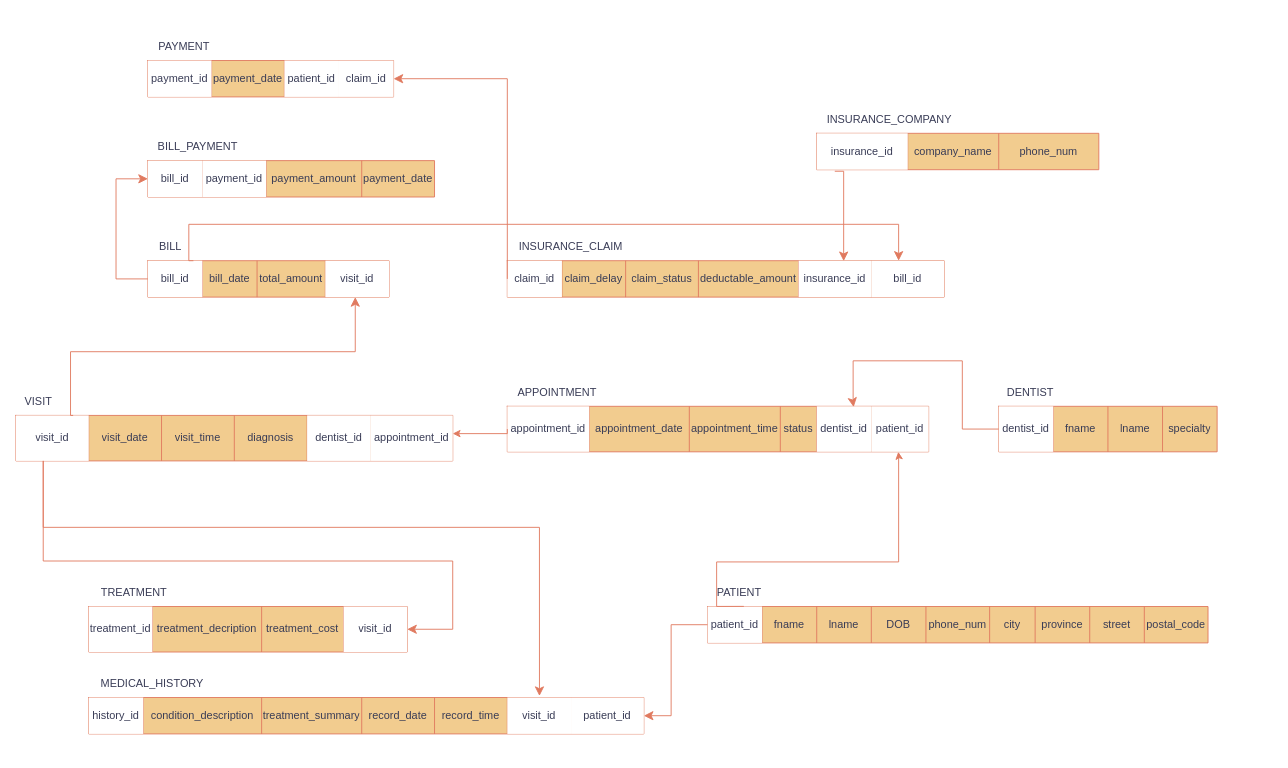
The draw.io diagram page "Logical Schema" (3 of 3) of DB - Final Project - ERD, Revised ERD, Logica Schema.drawio in 23Parzival/DB-Final-Project, before the edit. Source tidied: cells renumbered, new cells numbered last; positions are measured from the earlier drawing's top-left corner, leaving out a move shared by most shapes. Both pictures are drawn from the tidied source at 91%, with x=0, y=0 at pixel (15, 33).
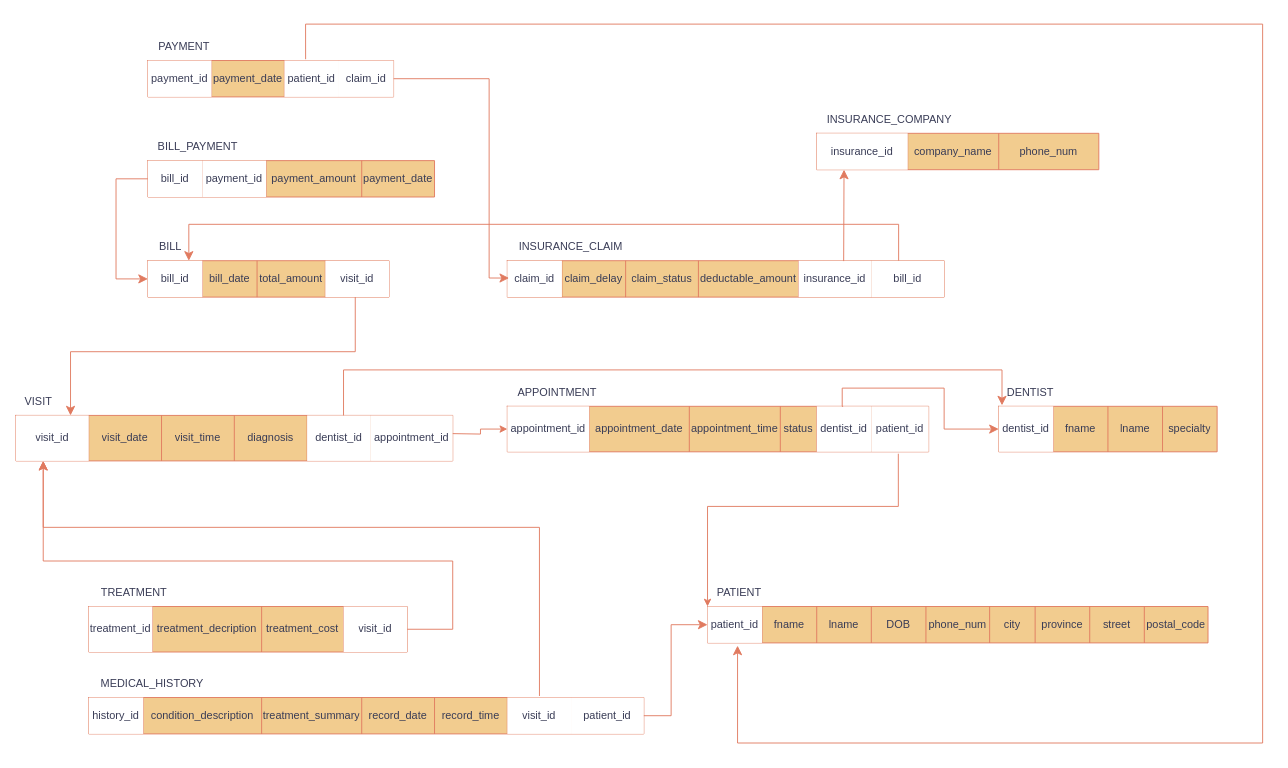
After the change.

The change refers to these unchanged cells:
```xml
<mxCell id="2" style="shape=table;startSize=0;childLayout=tableLayout;labelBackgroundColor=none;fillColor=#F2CC8F;strokeColor=#E07A5F;fontColor=#393C56;" parent="1" vertex="1">
  <mxGeometry x="760" y="630" width="550" height="40" as="geometry" />
</mxCell>
<mxCell id="3" style="shape=tableRow;horizontal=0;startSize=0;swimlaneHead=0;swimlaneBody=0;strokeColor=#E07A5F;top=0;left=0;bottom=0;right=0;fillColor=none;points=[[0,0.5],[1,0.5]];portConstraint=eastwest;labelBackgroundColor=none;fontColor=#393C56;" parent="2" vertex="1">
  <mxGeometry width="550" height="40" as="geometry" />
</mxCell>
<mxCell id="13" value="PATIENT" style="text;html=1;whiteSpace=wrap;strokeColor=none;fillColor=none;align=center;verticalAlign=middle;rounded=0;labelBackgroundColor=none;fontColor=#393C56;" parent="1" vertex="1">
  <mxGeometry x="760" y="600" width="70" height="30" as="geometry" />
</mxCell>
<mxCell id="15" style="shape=tableRow;horizontal=0;startSize=0;swimlaneHead=0;swimlaneBody=0;strokeColor=#E07A5F;top=0;left=0;bottom=0;right=0;fillColor=none;points=[[0,0.5],[1,0.5]];portConstraint=eastwest;labelBackgroundColor=none;fontColor=#393C56;" parent="14" vertex="1">
  <mxGeometry width="463" height="50" as="geometry" />
</mxCell>
<mxCell id="24" style="shape=table;startSize=0;childLayout=tableLayout;labelBackgroundColor=none;fillColor=#F2CC8F;strokeColor=#E07A5F;fontColor=#393C56;" parent="1" vertex="1">
  <mxGeometry y="420" width="480" height="50" as="geometry" />
</mxCell>
<mxCell id="25" style="shape=tableRow;horizontal=0;startSize=0;swimlaneHead=0;swimlaneBody=0;strokeColor=#E07A5F;top=0;left=0;bottom=0;right=0;fillColor=none;points=[[0,0.5],[1,0.5]];portConstraint=eastwest;labelBackgroundColor=none;fontColor=#393C56;" parent="24" vertex="1">
  <mxGeometry width="480" height="50" as="geometry" />
</mxCell>
<mxCell id="42" style="shape=tableRow;horizontal=0;startSize=0;swimlaneHead=0;swimlaneBody=0;strokeColor=#E07A5F;top=0;left=0;bottom=0;right=0;fillColor=none;points=[[0,0.5],[1,0.5]];portConstraint=eastwest;labelBackgroundColor=none;fontColor=#393C56;" parent="41" vertex="1">
  <mxGeometry width="610" height="40" as="geometry" />
</mxCell>
<mxCell id="51" style="shape=table;startSize=0;childLayout=tableLayout;labelBackgroundColor=none;fillColor=#F2CC8F;strokeColor=#E07A5F;fontColor=#393C56;" parent="1" vertex="1">
  <mxGeometry x="145" y="250" width="265" height="40" as="geometry" />
</mxCell>
<mxCell id="52" style="shape=tableRow;horizontal=0;startSize=0;swimlaneHead=0;swimlaneBody=0;strokeColor=#E07A5F;top=0;left=0;bottom=0;right=0;fillColor=none;points=[[0,0.5],[1,0.5]];portConstraint=eastwest;labelBackgroundColor=none;fontColor=#393C56;" parent="51" vertex="1">
  <mxGeometry width="265" height="40" as="geometry" />
</mxCell>
<mxCell id="59" style="shape=table;startSize=0;childLayout=tableLayout;labelBackgroundColor=none;fillColor=#F2CC8F;strokeColor=#E07A5F;fontColor=#393C56;" parent="1" vertex="1">
  <mxGeometry x="145" y="140" width="315" height="40" as="geometry" />
</mxCell>
<mxCell id="67" style="shape=table;startSize=0;childLayout=tableLayout;labelBackgroundColor=none;fillColor=#F2CC8F;strokeColor=#E07A5F;fontColor=#393C56;" parent="1" vertex="1">
  <mxGeometry x="145" y="30" width="270" height="40" as="geometry" />
</mxCell>
<mxCell id="68" style="shape=tableRow;horizontal=0;startSize=0;swimlaneHead=0;swimlaneBody=0;strokeColor=#E07A5F;top=0;left=0;bottom=0;right=0;fillColor=none;points=[[0,0.5],[1,0.5]];portConstraint=eastwest;labelBackgroundColor=none;fontColor=#393C56;" parent="67" vertex="1">
  <mxGeometry width="270" height="40" as="geometry" />
</mxCell>
<mxCell id="74" style="shape=table;startSize=0;childLayout=tableLayout;labelBackgroundColor=none;fillColor=#F2CC8F;strokeColor=#E07A5F;fontColor=#393C56;" parent="1" vertex="1">
  <mxGeometry x="540" y="250" width="480" height="40" as="geometry" />
</mxCell>
<mxCell id="75" style="shape=tableRow;horizontal=0;startSize=0;swimlaneHead=0;swimlaneBody=0;strokeColor=#E07A5F;top=0;left=0;bottom=0;right=0;fillColor=none;points=[[0,0.5],[1,0.5]];portConstraint=eastwest;labelBackgroundColor=none;fontColor=#393C56;" parent="74" vertex="1">
  <mxGeometry width="480" height="40" as="geometry" />
</mxCell>
<mxCell id="84" style="shape=table;startSize=0;childLayout=tableLayout;labelBackgroundColor=none;fillColor=#F2CC8F;strokeColor=#E07A5F;fontColor=#393C56;" parent="1" vertex="1">
  <mxGeometry x="880" y="110" width="310" height="40" as="geometry" />
</mxCell>
<mxCell id="85" style="shape=tableRow;horizontal=0;startSize=0;swimlaneHead=0;swimlaneBody=0;strokeColor=#E07A5F;top=0;left=0;bottom=0;right=0;fillColor=none;points=[[0,0.5],[1,0.5]];portConstraint=eastwest;labelBackgroundColor=none;fontColor=#393C56;" parent="84" vertex="1">
  <mxGeometry width="310" height="40" as="geometry" />
</mxCell>
<mxCell id="92" style="shape=tableRow;horizontal=0;startSize=0;swimlaneHead=0;swimlaneBody=0;strokeColor=inherit;top=0;left=0;bottom=0;right=0;fillColor=none;points=[[0,0.5],[1,0.5]];portConstraint=eastwest;fontColor=#393C56;" parent="91" vertex="1">
  <mxGeometry width="240" height="50" as="geometry" />
</mxCell>
```

Change to the diagram source:
```diff
@@
-    <mxCell id="23" style="edgeStyle=orthogonalEdgeStyle;rounded=0;jettySize=auto;html=1;exitX=0.57;exitY=0.995;exitDx=0;exitDy=0;labelBackgroundColor=none;strokeColor=#E07A5F;fontColor=default;entryX=0.928;entryY=1.001;entryDx=0;entryDy=0;entryPerimeter=0;exitPerimeter=0;" parent="1" edge="1" source="13" target="15">
+    <mxCell id="23" style="edgeStyle=orthogonalEdgeStyle;rounded=0;jettySize=auto;html=1;labelBackgroundColor=none;strokeColor=#E07A5F;fontColor=default;entryX=0;entryY=1;entryDx=0;entryDy=0;exitX=0.928;exitY=1.042;exitDx=0;exitDy=0;exitPerimeter=0;" parent="1" edge="1" source="15" target="13">
       <mxGeometry relative="1" as="geometry">
         <Array as="points">
-          <mxPoint x="770" y="630" />
-          <mxPoint x="770" y="581" />
-          <mxPoint x="970" y="581" />
-          <mxPoint x="970" y="463" />
-          <mxPoint x="970" y="463" />
+          <mxPoint x="970" y="520" />
+          <mxPoint x="760" y="520" />
         </Array>
       </mxGeometry>
     </mxCell>
@@
-    <mxCell id="33" style="edgeStyle=orthogonalEdgeStyle;rounded=0;jettySize=auto;html=1;exitX=0;exitY=0.5;exitDx=0;exitDy=0;labelBackgroundColor=none;strokeColor=#E07A5F;fontColor=default;" parent="1" edge="1" source="15">
+    <mxCell id="33" style="edgeStyle=orthogonalEdgeStyle;rounded=0;jettySize=auto;html=1;labelBackgroundColor=none;strokeColor=#E07A5F;fontColor=default;endArrow=none;endFill=0;startArrow=classic;startFill=1;" parent="1" edge="1" source="15">
       <mxGeometry relative="1" as="geometry">
         <mxPoint x="480" y="440" as="targetPoint" />
-        <Array as="points">
-          <mxPoint x="540" y="440" />
-        </Array>
       </mxGeometry>
     </mxCell>
@@
-    <mxCell id="58" style="edgeStyle=segmentEdgeStyle;endArrow=classic;html=1;curved=0;rounded=0;endSize=8;startSize=8;exitX=0.131;exitY=0;exitDx=0;exitDy=0;exitPerimeter=0;entryX=0.86;entryY=1;entryDx=0;entryDy=0;entryPerimeter=0;labelBackgroundColor=none;strokeColor=#E07A5F;fontColor=default;" parent="1" edge="1" source="25" target="51">
+    <mxCell id="58" style="edgeStyle=segmentEdgeStyle;endArrow=none;html=1;curved=0;rounded=0;endSize=8;startSize=8;entryX=0.86;entryY=1;entryDx=0;entryDy=0;entryPerimeter=0;labelBackgroundColor=none;strokeColor=#E07A5F;fontColor=default;endFill=0;startArrow=classic;startFill=1;" parent="1" edge="1" source="25" target="51">
       <mxGeometry relative="1" as="geometry">
         <Array as="points">
-          <mxPoint x="60" y="420" />
           <mxPoint x="60" y="350" />
           <mxPoint x="373" y="350" />
         </Array>
       </mxGeometry>
     </mxCell>
@@
-    <mxCell id="66" style="edgeStyle=segmentEdgeStyle;endArrow=classic;html=1;curved=0;rounded=0;endSize=8;startSize=8;exitX=0;exitY=0.5;exitDx=0;exitDy=0;labelBackgroundColor=none;strokeColor=#E07A5F;fontColor=default;entryX=0;entryY=0.5;entryDx=0;entryDy=0;" parent="1" edge="1" source="52" target="59">
+    <mxCell id="66" style="edgeStyle=segmentEdgeStyle;endArrow=none;html=1;curved=0;rounded=0;endSize=8;startSize=8;exitX=0;exitY=0.5;exitDx=0;exitDy=0;labelBackgroundColor=none;strokeColor=#E07A5F;fontColor=default;entryX=0;entryY=0.5;entryDx=0;entryDy=0;endFill=0;startArrow=classic;startFill=1;" parent="1" edge="1" source="52" target="59">
       <mxGeometry relative="1" as="geometry">
         <Array as="points">
           <mxPoint x="110" y="270" />
           <mxPoint x="110" y="160" />
         </Array>
       </mxGeometry>
     </mxCell>
@@
-    <mxCell id="82" style="edgeStyle=segmentEdgeStyle;endArrow=classic;html=1;curved=0;rounded=0;endSize=8;startSize=8;labelBackgroundColor=none;strokeColor=#E07A5F;fontColor=default;exitX=0;exitY=0.5;exitDx=0;exitDy=0;entryX=1;entryY=0.5;entryDx=0;entryDy=0;" parent="1" edge="1" source="75" target="67">
+    <mxCell id="82" style="edgeStyle=segmentEdgeStyle;endArrow=none;html=1;curved=0;rounded=0;endSize=8;startSize=8;labelBackgroundColor=none;strokeColor=#E07A5F;fontColor=default;exitX=0.004;exitY=0.476;exitDx=0;exitDy=0;entryX=1;entryY=0.5;entryDx=0;entryDy=0;endFill=0;startArrow=classic;startFill=1;exitPerimeter=0;" parent="1" edge="1" source="75" target="67">
       <mxGeometry relative="1" as="geometry">
         <Array as="points">
-          <mxPoint x="540" y="50" />
+          <mxPoint x="520" y="269" />
+          <mxPoint x="520" y="50" />
         </Array>
       </mxGeometry>
     </mxCell>
@@
-    <mxCell id="90" style="edgeStyle=segmentEdgeStyle;endArrow=classic;html=1;curved=0;rounded=0;endSize=8;startSize=8;exitX=0.064;exitY=1.043;exitDx=0;exitDy=0;labelBackgroundColor=none;strokeColor=#E07A5F;fontColor=default;entryX=0.77;entryY=0.011;entryDx=0;entryDy=0;entryPerimeter=0;exitPerimeter=0;" parent="1" edge="1" source="84" target="74">
+    <mxCell id="90" style="edgeStyle=segmentEdgeStyle;endArrow=none;html=1;curved=0;rounded=0;endSize=8;startSize=8;labelBackgroundColor=none;strokeColor=#E07A5F;fontColor=default;entryX=0.77;entryY=0.011;entryDx=0;entryDy=0;entryPerimeter=0;endFill=0;startArrow=classic;startFill=1;" parent="1" edge="1" source="85" target="74">
       <mxGeometry relative="1" as="geometry">
         <Array as="points">
           <mxPoint x="910" y="152" />
-          <mxPoint x="910" y="250" />
+          <mxPoint x="910" y="152" />
         </Array>
       </mxGeometry>
     </mxCell>
@@
-    <mxCell id="98" style="edgeStyle=segmentEdgeStyle;endArrow=classic;html=1;curved=0;rounded=0;endSize=8;startSize=8;strokeColor=#E07A5F;fontColor=#393C56;fillColor=#F2CC8F;exitX=0;exitY=0.5;exitDx=0;exitDy=0;entryX=0.822;entryY=0.017;entryDx=0;entryDy=0;entryPerimeter=0;" parent="1" edge="1" source="92" target="15">
+    <mxCell id="98" style="edgeStyle=segmentEdgeStyle;endArrow=classic;html=1;curved=0;rounded=0;endSize=8;startSize=8;strokeColor=#E07A5F;fontColor=#393C56;fillColor=#F2CC8F;entryX=0;entryY=0.5;entryDx=0;entryDy=0;exitX=0.797;exitY=0.001;exitDx=0;exitDy=0;exitPerimeter=0;" parent="1" edge="1" source="15" target="92">
       <mxGeometry relative="1" as="geometry">
         <Array as="points">
-          <mxPoint x="1040" y="435" />
-          <mxPoint x="1040" y="360" />
-          <mxPoint x="920" y="360" />
-          <mxPoint x="920" y="407" />
+          <mxPoint x="908" y="410" />
+          <mxPoint x="908" y="390" />
+          <mxPoint x="1020" y="390" />
+          <mxPoint x="1020" y="435" />
         </Array>
       </mxGeometry>
     </mxCell>
-    <mxCell id="99" style="edgeStyle=segmentEdgeStyle;endArrow=classic;html=1;curved=0;rounded=0;endSize=8;startSize=8;labelBackgroundColor=none;strokeColor=#E07A5F;fontColor=default;entryX=0.812;entryY=-0.042;entryDx=0;entryDy=0;entryPerimeter=0;" parent="1" edge="1" target="42">
+    <mxCell id="99" style="edgeStyle=segmentEdgeStyle;endArrow=none;html=1;curved=0;rounded=0;endSize=8;startSize=8;labelBackgroundColor=none;strokeColor=#E07A5F;fontColor=default;entryX=0.812;entryY=-0.042;entryDx=0;entryDy=0;entryPerimeter=0;endFill=0;startArrow=classic;startFill=1;" parent="1" edge="1" target="42">
       <mxGeometry relative="1" as="geometry">
         <mxPoint x="30" y="470" as="sourcePoint" />
         <Array as="points">
           <mxPoint x="30" y="470" />
           <mxPoint x="30" y="543" />
           <mxPoint x="510" y="543" />
         </Array>
       </mxGeometry>
     </mxCell>
-    <mxCell id="100" style="edgeStyle=segmentEdgeStyle;endArrow=classic;html=1;curved=0;rounded=0;endSize=8;startSize=8;labelBackgroundColor=none;strokeColor=#E07A5F;fontColor=default;entryX=1;entryY=0.5;entryDx=0;entryDy=0;" parent="1" edge="1">
+    <mxCell id="100" style="edgeStyle=segmentEdgeStyle;endArrow=none;html=1;curved=0;rounded=0;endSize=8;startSize=8;labelBackgroundColor=none;strokeColor=#E07A5F;fontColor=default;entryX=1;entryY=0.5;entryDx=0;entryDy=0;startArrow=classic;startFill=1;endFill=0;" parent="1" edge="1">
       <mxGeometry relative="1" as="geometry">
         <mxPoint x="30" y="470" as="sourcePoint" />
         <mxPoint x="430" y="655" as="targetPoint" />
         <Array as="points">
           <mxPoint x="30" y="470" />
           <mxPoint x="30" y="580" />
           <mxPoint x="480" y="580" />
           <mxPoint x="480" y="655" />
         </Array>
       </mxGeometry>
     </mxCell>
-    <mxCell id="101" style="edgeStyle=segmentEdgeStyle;endArrow=classic;html=1;curved=0;rounded=0;endSize=8;startSize=8;labelBackgroundColor=none;strokeColor=#E07A5F;fontColor=default;" parent="1" edge="1">
+    <mxCell id="101" style="edgeStyle=segmentEdgeStyle;endArrow=none;html=1;curved=0;rounded=0;endSize=8;startSize=8;labelBackgroundColor=none;strokeColor=#E07A5F;fontColor=default;endFill=0;startArrow=classic;startFill=1;" parent="1" edge="1" source="52">
       <mxGeometry relative="1" as="geometry">
-        <mxPoint x="195" y="250" as="sourcePoint" />
         <mxPoint x="970" y="250" as="targetPoint" />
         <Array as="points">
-          <mxPoint x="190" y="250" />
           <mxPoint x="190" y="210" />
           <mxPoint x="970" y="210" />
         </Array>
       </mxGeometry>
     </mxCell>
-    <mxCell id="102" style="edgeStyle=segmentEdgeStyle;endArrow=classic;html=1;curved=0;rounded=0;endSize=8;startSize=8;labelBackgroundColor=none;strokeColor=#E07A5F;fontColor=default;entryX=1;entryY=0.5;entryDx=0;entryDy=0;exitX=0;exitY=0.5;exitDx=0;exitDy=0;" parent="1" edge="1" source="3" target="42">
+    <mxCell id="102" style="edgeStyle=segmentEdgeStyle;endArrow=classic;html=1;curved=0;rounded=0;endSize=8;startSize=8;labelBackgroundColor=none;strokeColor=#E07A5F;fontColor=default;exitX=1;exitY=0.5;exitDx=0;exitDy=0;entryX=0;entryY=0.5;entryDx=0;entryDy=0;" parent="1" edge="1" source="42" target="3">
       <mxGeometry relative="1" as="geometry">
         <Array as="points">
+          <mxPoint x="720" y="750" />
           <mxPoint x="720" y="650" />
-          <mxPoint x="720" y="750" />
         </Array>
       </mxGeometry>
     </mxCell>
+    <mxCell id="103" style="edgeStyle=segmentEdgeStyle;endArrow=classic;html=1;curved=0;rounded=0;endSize=8;startSize=8;strokeColor=#E07A5F;fontColor=#393C56;fillColor=#F2CC8F;entryX=0.015;entryY=-0.021;entryDx=0;entryDy=0;exitX=0.75;exitY=0;exitDx=0;exitDy=0;entryPerimeter=0;" parent="1" edge="1" source="24" target="92">
+      <mxGeometry relative="1" as="geometry">
+        <Array as="points">
+          <mxPoint x="360" y="370" />
+          <mxPoint x="1084" y="370" />
+        </Array>
+      </mxGeometry>
+    </mxCell>
+    <mxCell id="104" style="edgeStyle=segmentEdgeStyle;endArrow=none;html=1;curved=0;rounded=0;endSize=8;startSize=8;labelBackgroundColor=none;strokeColor=#E07A5F;fontColor=default;endFill=0;startArrow=classic;startFill=1;entryX=0.642;entryY=-0.036;entryDx=0;entryDy=0;entryPerimeter=0;exitX=0.06;exitY=1.075;exitDx=0;exitDy=0;exitPerimeter=0;" parent="1" edge="1" source="2" target="68">
+      <mxGeometry relative="1" as="geometry">
+        <Array as="points">
+          <mxPoint x="793" y="780" />
+          <mxPoint x="1370" y="780" />
+          <mxPoint x="1370" y="-10" />
+          <mxPoint x="318" y="-10" />
+        </Array>
+      </mxGeometry>
+    </mxCell>
```
